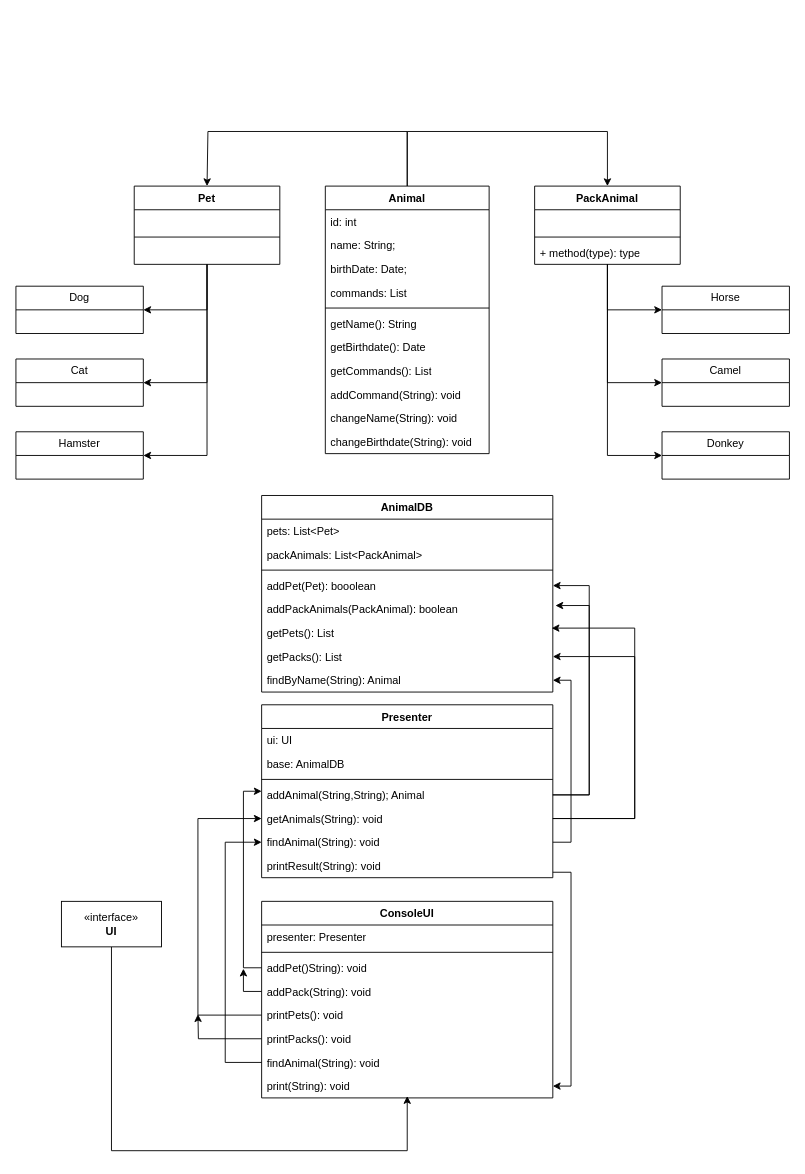
This is classDiag.drawio from KiriusK/FinalControlWork, a draw.io file, before an edit. Source tidied: cells renumbered, new cells numbered last; positions are measured from the earlier drawing's top-left corner, leaving out a move shared by most shapes. Both pictures are drawn from the tidied source at 91%, with x=0, y=0 at pixel (15, 131).
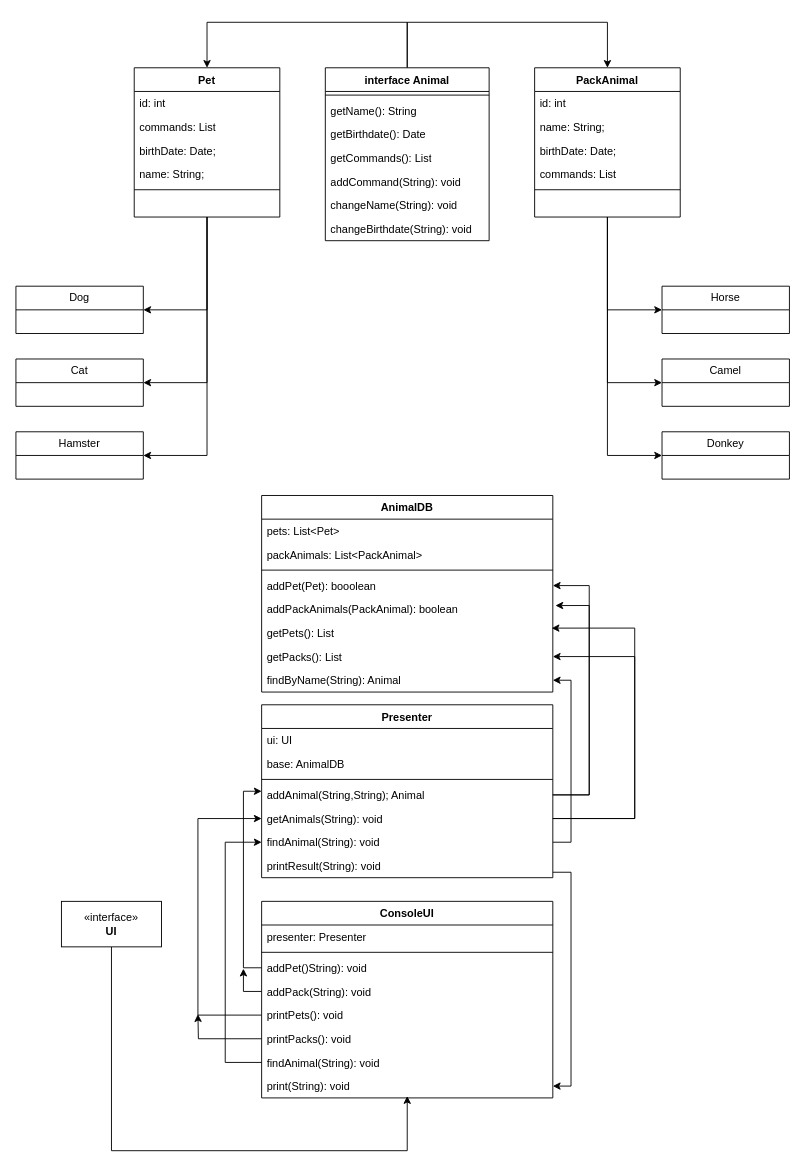
Above is the later version.

What changed in the source:
```diff
@@
     <mxCell id="2" style="edgeStyle=orthogonalEdgeStyle;rounded=0;jettySize=auto;html=1;entryX=0.5;entryY=0;entryDx=0;entryDy=0;" parent="1" edge="1" source="4" target="26">
       <mxGeometry relative="1" as="geometry">
         <Array as="points">
-          <mxPoint x="430" />
-          <mxPoint x="211" />
+          <mxPoint x="430" y="-120" />
+          <mxPoint x="210" y="-120" />
         </Array>
       </mxGeometry>
     </mxCell>
     <mxCell id="3" style="edgeStyle=orthogonalEdgeStyle;rounded=0;jettySize=auto;html=1;entryX=0.5;entryY=0;entryDx=0;entryDy=0;exitX=0.5;exitY=0;exitDx=0;exitDy=0;" parent="1" edge="1" source="4" target="19">
       <mxGeometry relative="1" as="geometry">
         <Array as="points">
-          <mxPoint x="430" />
-          <mxPoint x="650" />
+          <mxPoint x="430" y="-120" />
+          <mxPoint x="650" y="-120" />
         </Array>
       </mxGeometry>
     </mxCell>
-    <mxCell id="4" value="&lt;span style=&quot;&quot;&gt;Animal&lt;/span&gt;" style="swimlane;fontStyle=1;align=center;verticalAlign=top;horizontal=1;startSize=26;whiteSpace=wrap;html=1;" parent="1" vertex="1">
-      <mxGeometry x="340" y="60" width="180" height="294" as="geometry" />
+    <mxCell id="4" value="&lt;span style=&quot;&quot;&gt;interface Animal&lt;/span&gt;" style="swimlane;fontStyle=1;align=center;verticalAlign=top;horizontal=1;startSize=26;whiteSpace=wrap;html=1;" parent="1" vertex="1">
+      <mxGeometry x="340" y="-70" width="180" height="190" as="geometry" />
     </mxCell>
-    <mxCell id="5" value="id: int" style="text;strokeColor=none;fillColor=none;align=left;verticalAlign=top;spacingLeft=4;spacingRight=4;overflow=hidden;whiteSpace=wrap;html=1;" parent="4" vertex="1">
-      <mxGeometry y="26" width="180" height="26" as="geometry" />
-    </mxCell>
-    <mxCell id="6" value="name: String;" style="text;strokeColor=none;fillColor=none;align=left;verticalAlign=top;spacingLeft=4;spacingRight=4;overflow=hidden;whiteSpace=wrap;html=1;" parent="4" vertex="1">
-      <mxGeometry y="52" width="180" height="26" as="geometry" />
-    </mxCell>
-    <mxCell id="7" value="birthDate: Date;" style="text;strokeColor=none;fillColor=none;align=left;verticalAlign=top;spacingLeft=4;spacingRight=4;overflow=hidden;whiteSpace=wrap;html=1;" parent="4" vertex="1">
-      <mxGeometry y="78" width="180" height="26" as="geometry" />
-    </mxCell>
-    <mxCell id="8" value="commands: List" style="text;strokeColor=none;fillColor=none;align=left;verticalAlign=top;spacingLeft=4;spacingRight=4;overflow=hidden;whiteSpace=wrap;html=1;" parent="4" vertex="1">
-      <mxGeometry y="104" width="180" height="26" as="geometry" />
-    </mxCell>
     <mxCell id="9" style="line;strokeWidth=1;fillColor=none;align=left;verticalAlign=middle;spacingTop=-1;spacingLeft=3;spacingRight=3;labelPosition=right;strokeColor=inherit;" parent="4" vertex="1">
-      <mxGeometry y="130" width="180" height="8" as="geometry" />
+      <mxGeometry y="26" width="180" height="8" as="geometry" />
     </mxCell>
     <mxCell id="10" value="getName(): String" style="text;strokeColor=none;fillColor=none;align=left;verticalAlign=top;spacingLeft=4;spacingRight=4;overflow=hidden;whiteSpace=wrap;html=1;" parent="4" vertex="1">
-      <mxGeometry y="138" width="180" height="26" as="geometry" />
+      <mxGeometry y="34" width="180" height="26" as="geometry" />
     </mxCell>
     <mxCell id="11" value="getBirthdate(): Date" style="text;strokeColor=none;fillColor=none;align=left;verticalAlign=top;spacingLeft=4;spacingRight=4;overflow=hidden;whiteSpace=wrap;html=1;" parent="4" vertex="1">
-      <mxGeometry y="164" width="180" height="26" as="geometry" />
+      <mxGeometry y="60" width="180" height="26" as="geometry" />
     </mxCell>
     <mxCell id="12" value="getCommands(): List" style="text;strokeColor=none;fillColor=none;align=left;verticalAlign=top;spacingLeft=4;spacingRight=4;overflow=hidden;whiteSpace=wrap;html=1;" parent="4" vertex="1">
-      <mxGeometry y="190" width="180" height="26" as="geometry" />
+      <mxGeometry y="86" width="180" height="26" as="geometry" />
     </mxCell>
     <mxCell id="13" value="addCommand(String): void" style="text;strokeColor=none;fillColor=none;align=left;verticalAlign=top;spacingLeft=4;spacingRight=4;overflow=hidden;whiteSpace=wrap;html=1;" parent="4" vertex="1">
-      <mxGeometry y="216" width="180" height="26" as="geometry" />
+      <mxGeometry y="112" width="180" height="26" as="geometry" />
     </mxCell>
     <mxCell id="14" value="changeName(String): void" style="text;strokeColor=none;fillColor=none;align=left;verticalAlign=top;spacingLeft=4;spacingRight=4;overflow=hidden;whiteSpace=wrap;html=1;" parent="4" vertex="1">
-      <mxGeometry y="242" width="180" height="26" as="geometry" />
+      <mxGeometry y="138" width="180" height="26" as="geometry" />
     </mxCell>
     <mxCell id="15" value="changeBirthdate(String&lt;span style=&quot;background-color: initial;&quot;&gt;): void&lt;/span&gt;" style="text;strokeColor=none;fillColor=none;align=left;verticalAlign=top;spacingLeft=4;spacingRight=4;overflow=hidden;whiteSpace=wrap;html=1;" parent="4" vertex="1">
-      <mxGeometry y="268" width="180" height="26" as="geometry" />
+      <mxGeometry y="164" width="180" height="26" as="geometry" />
     </mxCell>
@@
     <mxCell id="19" value="PackAnimal" style="swimlane;fontStyle=1;align=center;verticalAlign=top;horizontal=1;startSize=26;whiteSpace=wrap;html=1;" parent="1" vertex="1">
-      <mxGeometry x="570" y="60" width="160" height="86" as="geometry" />
+      <mxGeometry x="570" y="-70" width="160" height="164" as="geometry" />
     </mxCell>
-    <mxCell id="20" value="&amp;nbsp;" style="text;strokeColor=none;fillColor=none;align=left;verticalAlign=top;spacingLeft=4;spacingRight=4;overflow=hidden;whiteSpace=wrap;html=1;" parent="19" vertex="1">
-      <mxGeometry y="26" width="160" height="26" as="geometry" />
-    </mxCell>
+    <mxCell id="75" value="id: int" style="text;strokeColor=none;fillColor=none;align=left;verticalAlign=top;spacingLeft=4;spacingRight=4;overflow=hidden;whiteSpace=wrap;html=1;" parent="19" vertex="1">
+      <mxGeometry y="26" width="160" height="26" as="geometry" />
+    </mxCell>
+    <mxCell id="76" value="name: String;" style="text;strokeColor=none;fillColor=none;align=left;verticalAlign=top;spacingLeft=4;spacingRight=4;overflow=hidden;whiteSpace=wrap;html=1;" parent="19" vertex="1">
+      <mxGeometry y="52" width="160" height="26" as="geometry" />
+    </mxCell>
+    <mxCell id="77" value="birthDate: Date;" style="text;strokeColor=none;fillColor=none;align=left;verticalAlign=top;spacingLeft=4;spacingRight=4;overflow=hidden;whiteSpace=wrap;html=1;" parent="19" vertex="1">
+      <mxGeometry y="78" width="160" height="26" as="geometry" />
+    </mxCell>
+    <mxCell id="78" value="commands: List" style="text;strokeColor=none;fillColor=none;align=left;verticalAlign=top;spacingLeft=4;spacingRight=4;overflow=hidden;whiteSpace=wrap;html=1;" parent="19" vertex="1">
+      <mxGeometry y="104" width="160" height="26" as="geometry" />
+    </mxCell>
     <mxCell id="21" style="line;strokeWidth=1;fillColor=none;align=left;verticalAlign=middle;spacingTop=-1;spacingLeft=3;spacingRight=3;labelPosition=right;strokeColor=inherit;" parent="19" vertex="1">
-      <mxGeometry y="52" width="160" height="8" as="geometry" />
+      <mxGeometry y="130" width="160" height="8" as="geometry" />
     </mxCell>
-    <mxCell id="22" value="+ method(type): type" style="text;strokeColor=none;fillColor=none;align=left;verticalAlign=top;spacingLeft=4;spacingRight=4;overflow=hidden;whiteSpace=wrap;html=1;" parent="19" vertex="1">
-      <mxGeometry y="60" width="160" height="26" as="geometry" />
+    <mxCell id="22" value="&amp;nbsp;" style="text;strokeColor=none;fillColor=none;align=left;verticalAlign=top;spacingLeft=4;spacingRight=4;overflow=hidden;whiteSpace=wrap;html=1;" parent="19" vertex="1">
+      <mxGeometry y="138" width="160" height="26" as="geometry" />
     </mxCell>
@@
     <mxCell id="26" value="Pet" style="swimlane;fontStyle=1;align=center;verticalAlign=top;horizontal=1;startSize=26;whiteSpace=wrap;html=1;" parent="1" vertex="1">
-      <mxGeometry x="130" y="60" width="160" height="86" as="geometry" />
+      <mxGeometry x="130" y="-70" width="160" height="164" as="geometry" />
     </mxCell>
-    <mxCell id="27" value="&amp;nbsp;" style="text;strokeColor=none;fillColor=none;align=left;verticalAlign=top;spacingLeft=4;spacingRight=4;overflow=hidden;whiteSpace=wrap;html=1;" parent="26" vertex="1">
-      <mxGeometry y="26" width="160" height="26" as="geometry" />
-    </mxCell>
+    <mxCell id="79" value="id: int" style="text;strokeColor=none;fillColor=none;align=left;verticalAlign=top;spacingLeft=4;spacingRight=4;overflow=hidden;whiteSpace=wrap;html=1;" parent="26" vertex="1">
+      <mxGeometry y="26" width="160" height="26" as="geometry" />
+    </mxCell>
+    <mxCell id="8" value="commands: List" style="text;strokeColor=none;fillColor=none;align=left;verticalAlign=top;spacingLeft=4;spacingRight=4;overflow=hidden;whiteSpace=wrap;html=1;" parent="26" vertex="1">
+      <mxGeometry y="52" width="160" height="26" as="geometry" />
+    </mxCell>
+    <mxCell id="7" value="birthDate: Date;" style="text;strokeColor=none;fillColor=none;align=left;verticalAlign=top;spacingLeft=4;spacingRight=4;overflow=hidden;whiteSpace=wrap;html=1;" parent="26" vertex="1">
+      <mxGeometry y="78" width="160" height="26" as="geometry" />
+    </mxCell>
+    <mxCell id="6" value="name: String;" style="text;strokeColor=none;fillColor=none;align=left;verticalAlign=top;spacingLeft=4;spacingRight=4;overflow=hidden;whiteSpace=wrap;html=1;" parent="26" vertex="1">
+      <mxGeometry y="104" width="160" height="26" as="geometry" />
+    </mxCell>
     <mxCell id="28" style="line;strokeWidth=1;fillColor=none;align=left;verticalAlign=middle;spacingTop=-1;spacingLeft=3;spacingRight=3;labelPosition=right;strokeColor=inherit;" parent="26" vertex="1">
-      <mxGeometry y="52" width="160" height="8" as="geometry" />
+      <mxGeometry y="130" width="160" height="8" as="geometry" />
     </mxCell>
     <mxCell id="29" value="&amp;nbsp;" style="text;strokeColor=none;fillColor=none;align=left;verticalAlign=top;spacingLeft=4;spacingRight=4;overflow=hidden;whiteSpace=wrap;html=1;" parent="26" vertex="1">
-      <mxGeometry y="60" width="160" height="26" as="geometry" />
+      <mxGeometry y="138" width="160" height="26" as="geometry" />
     </mxCell>
```
